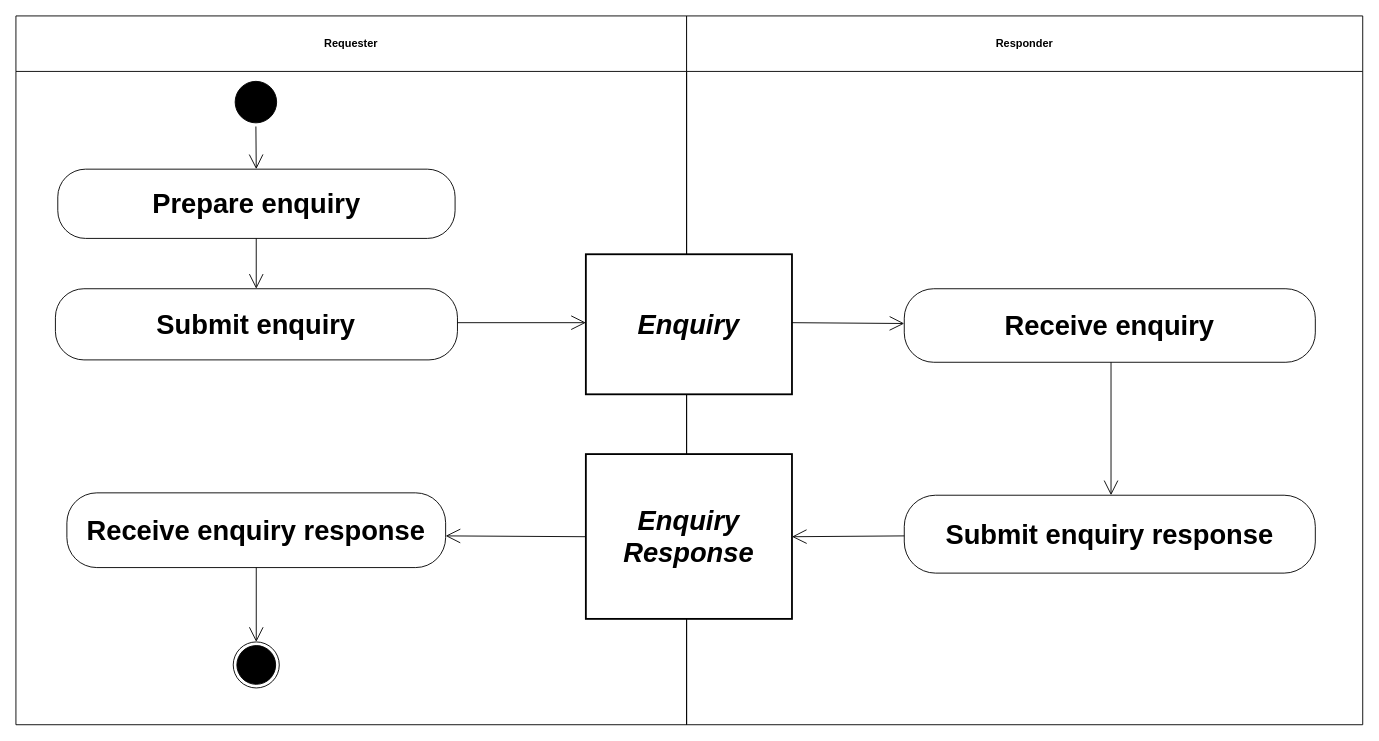
kduvekot/ubl-work-on-svg-images keeps this draw.io diagram as diagrams/UBL-2.2-Enquiry/UBL-2.2-Enquiry.drawio. Above is the earlier version. Source tidied: cells renumbered, new cells numbered last; positions are measured from the earlier drawing's top-left corner, leaving out a move shared by most shapes. Both pictures are drawn from the tidied source at 91%, with x=0, y=0 at pixel (15, 15).
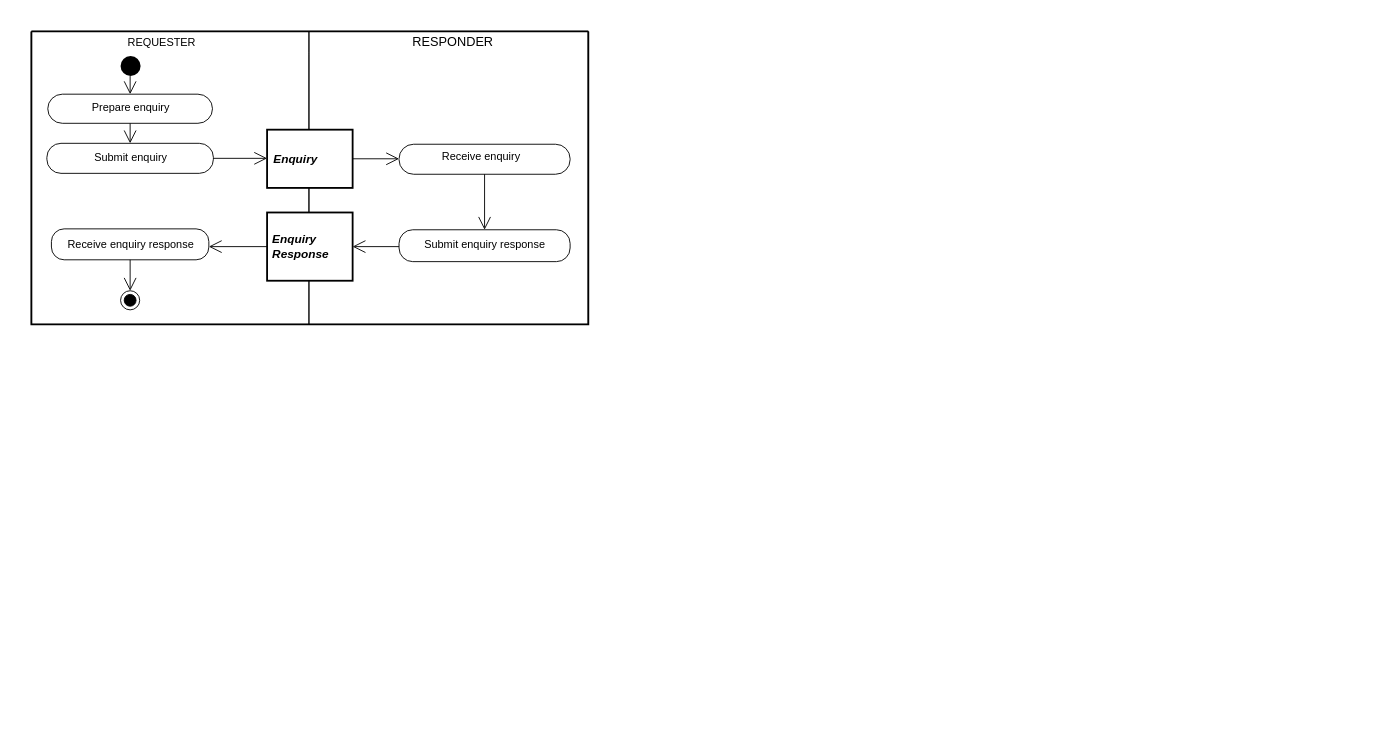
Above is the later version.

The edit, as a diff of the source:
```diff
@@
+    <mxCell id="21" style="swimlane;html=1;startSize=0;whiteSpace=wrap;fillColor=none;strokeWidth=2;" parent="1" vertex="1">
+      <mxGeometry x="17" y="17" width="612" height="322" as="geometry" />
+    </mxCell>
-    <mxCell id="2" value="Requester" style="swimlane;whiteSpace=wrap;html=1;startSize=61;" parent="1" vertex="1">
-      <mxGeometry width="737" height="778.9" as="geometry" />
+    <mxCell id="2" value="REQUESTER" style="swimlane;horizontal=1;startSize=25;swimlaneLine=0;html=1;fillColor=none;fontSize=12;fontStyle=0;spacing=0;spacingRight=19;" parent="21" vertex="1">
+      <mxGeometry width="305" height="322" as="geometry" />
     </mxCell>
-    <mxCell id="3" value="Responder" style="swimlane;whiteSpace=wrap;html=1;startSize=61;" parent="1" vertex="1">
-      <mxGeometry x="737" width="743" height="778.9" as="geometry" />
+    <mxCell id="3" value="RESPONDER" style="swimlane;horizontal=1;startSize=23;swimlaneLine=0;html=1;fillColor=none;fontSize=14;fontStyle=0;spacing=0;spacingLeft=9;" parent="21" vertex="1">
+      <mxGeometry x="305" width="307" height="322" as="geometry" />
     </mxCell>
-    <mxCell id="4" style="ellipse;html=1;shape=startState;fillColor=#000000;strokeColor=#000000;fontFamily=Helvetica;fontSize=30;" parent="1" vertex="1">
-      <mxGeometry x="236.9" y="67.9" width="53.6" height="53.6" as="geometry" />
+    <mxCell id="4" style="ellipse;shape=startState;fillColor=#000000;strokeColor=none;html=1;" parent="2" vertex="1">
+      <mxGeometry x="94" y="23" width="30" height="30" as="geometry" />
     </mxCell>
-    <mxCell id="5" value="Prepare enquiry" style="rounded=1;arcSize=40;whiteSpace=wrap;html=1;fontStyle=1;fontFamily=Helvetica;fontSize=30;" parent="1" vertex="1">
-      <mxGeometry x="46" y="168.4" width="436.6" height="76.1" as="geometry" />
+    <mxCell id="5" value="Prepare enquiry" style="rounded=1;absoluteArcSize=1;arcSize=32;html=1;whiteSpace=nowrap;fontSize=12;fontStyle=0;align=center;verticalAlign=middle;spacing=0;spacingBottom=3;" parent="2" vertex="1">
+      <mxGeometry x="18" y="69" width="181" height="32" as="geometry" />
     </mxCell>
-    <mxCell id="6" value="Enquiry" style="rounded=0;whiteSpace=wrap;html=1;fontStyle=3;strokeWidth=2;fontFamily=Helvetica;fontSize=30;" parent="1" vertex="1">
-      <mxGeometry x="626.3" y="261.9" width="226.5" height="153.9" as="geometry" />
+    <mxCell id="6" value="Enquiry" style="rounded=0;html=1;whiteSpace=nowrap;fontSize=13;fontStyle=3;align=center;verticalAlign=middle;spacing=0;spacingRight=32;strokeWidth=2;" parent="3" vertex="1">
+      <mxGeometry x="-46" y="108" width="94" height="64" as="geometry" />
     </mxCell>
-    <mxCell id="7" value="Submit enquiry" style="rounded=1;arcSize=40;whiteSpace=wrap;html=1;fontStyle=1;fontFamily=Helvetica;fontSize=30;" parent="1" vertex="1">
-      <mxGeometry x="43.4" y="299.8" width="441.8" height="78.2" as="geometry" />
+    <mxCell id="7" value="Submit enquiry" style="rounded=1;absoluteArcSize=1;arcSize=31;html=1;whiteSpace=nowrap;fontSize=12;fontStyle=0;align=center;verticalAlign=middle;spacing=0;spacingBottom=1;" parent="2" vertex="1">
+      <mxGeometry x="17" y="123" width="183" height="33" as="geometry" />
     </mxCell>
-    <mxCell id="8" value="Receive enquiry" style="rounded=1;arcSize=40;whiteSpace=wrap;html=1;fontStyle=1;fontFamily=Helvetica;fontSize=30;" parent="1" vertex="1">
-      <mxGeometry x="976.2" y="299.8" width="451.7" height="80.8" as="geometry" />
+    <mxCell id="8" value="Receive enquiry" style="rounded=1;absoluteArcSize=1;arcSize=32;html=1;whiteSpace=nowrap;fontSize=12;fontStyle=0;align=center;verticalAlign=middle;spacing=0;spacingRight=8;spacingBottom=5;" parent="3" vertex="1">
+      <mxGeometry x="99" y="124" width="188" height="33" as="geometry" />
     </mxCell>
-    <mxCell id="9" value="Enquiry Response" style="rounded=0;whiteSpace=wrap;html=1;fontStyle=3;strokeWidth=2;fontFamily=Helvetica;fontSize=30;" parent="1" vertex="1">
-      <mxGeometry x="626.3" y="481.5" width="226.5" height="181.1" as="geometry" />
+    <mxCell id="9" value="Enquiry&lt;br&gt;Response" style="rounded=0;html=1;whiteSpace=nowrap;fontSize=13;fontStyle=3;align=left;verticalAlign=middle;spacing=0;spacingLeft=6;spacingBottom=1;strokeWidth=2;" parent="3" vertex="1">
+      <mxGeometry x="-46" y="199" width="94" height="75" as="geometry" />
     </mxCell>
-    <mxCell id="10" value="Receive enquiry response" style="rounded=1;arcSize=40;whiteSpace=wrap;html=1;fontStyle=1;fontFamily=Helvetica;fontSize=30;" parent="1" vertex="1">
-      <mxGeometry x="56" y="524.1" width="416.2" height="82.1" as="geometry" />
+    <mxCell id="10" value="Receive enquiry response" style="rounded=1;absoluteArcSize=1;arcSize=28;html=1;whiteSpace=nowrap;fontSize=12;fontStyle=0;align=center;verticalAlign=middle;spacing=0;spacingLeft=1;spacingTop=2;" parent="2" vertex="1">
+      <mxGeometry x="22" y="217" width="173" height="34" as="geometry" />
     </mxCell>
-    <mxCell id="11" value="Submit enquiry response" style="rounded=1;arcSize=40;whiteSpace=wrap;html=1;fontStyle=1;fontFamily=Helvetica;fontSize=30;" parent="1" vertex="1">
-      <mxGeometry x="976.2" y="526.7" width="451.7" height="85.6" as="geometry" />
+    <mxCell id="11" value="Submit enquiry response" style="rounded=1;absoluteArcSize=1;arcSize=30;html=1;whiteSpace=nowrap;fontSize=12;fontStyle=0;align=center;verticalAlign=middle;spacing=0;spacingBottom=3;" parent="3" vertex="1">
+      <mxGeometry x="99" y="218" width="188" height="35" as="geometry" />
     </mxCell>
-    <mxCell id="12" style="ellipse;html=1;shape=endState;fillColor=#000000;strokeColor=#000000;fontFamily=Helvetica;fontSize=30;" parent="1" vertex="1">
-      <mxGeometry x="238.8" y="687.9" width="50.6" height="50.6" as="geometry" />
+    <mxCell id="12" style="ellipse;shape=endState;fillColor=#000000;html=1;" parent="2" vertex="1">
+      <mxGeometry x="98" y="285" width="21" height="21" as="geometry" />
     </mxCell>
-    <mxCell id="13" style="edgeStyle=none;rounded=0;html=1;endArrow=open;endFill=0;endSize=14;exitX=0.5;exitY=1.0;entryX=0.4995;entryY=0.0;" parent="1" edge="1" source="4" target="5">
+    <mxCell id="13" style="edgeStyle=none;rounded=0;html=1;endArrow=open;endFill=0;endSize=12;exitPerimeter=0;entryX=0.5;entryY=0;entryPerimeter=0;exitX=0.483333;exitY=0.868;" parent="2" edge="1" source="4" target="5">
       <mxGeometry relative="1" as="geometry" />
     </mxCell>
-    <mxCell id="14" style="edgeStyle=none;rounded=0;html=1;endArrow=open;endFill=0;endSize=14;exitX=0.4995;exitY=1.0;entryX=0.4995;entryY=0.0;" parent="1" edge="1" source="5" target="7">
+    <mxCell id="14" style="edgeStyle=none;rounded=0;html=1;endArrow=open;endFill=0;endSize=12;exitX=0.5;exitY=1;exitPerimeter=0;entryX=0.5;entryY=0;entryPerimeter=0;" parent="2" edge="1" source="5" target="7">
       <mxGeometry relative="1" as="geometry" />
     </mxCell>
-    <mxCell id="15" style="edgeStyle=none;rounded=0;html=1;endArrow=open;endFill=0;endSize=14;exitX=1.0;exitY=0.477;entryX=0.0;entryY=0.4886;" parent="1" edge="1" source="7" target="6">
+    <mxCell id="15" style="edgeStyle=none;rounded=0;html=1;endArrow=open;endFill=0;endSize=12;exitX=1;exitY=0.5;exitPerimeter=0;entryPerimeter=0;entryX=0;entryY=0.492188;" parent="21" edge="1" source="7" target="6">
       <mxGeometry relative="1" as="geometry" />
     </mxCell>
-    <mxCell id="16" style="edgeStyle=none;rounded=0;html=1;endArrow=open;endFill=0;endSize=14;exitX=1.0;exitY=0.4886;entryX=0.0;entryY=0.4728;" parent="1" edge="1" source="6" target="8">
+    <mxCell id="16" style="edgeStyle=none;rounded=0;html=1;endArrow=open;endFill=0;endSize=12;exitX=1;exitY=0.5;exitPerimeter=0;entryPerimeter=0;entryX=0;entryY=0.484848;" parent="3" edge="1" source="6" target="8">
       <mxGeometry relative="1" as="geometry" />
     </mxCell>
-    <mxCell id="17" style="edgeStyle=none;rounded=0;html=1;endArrow=open;endFill=0;endSize=14;exitX=0.503;exitY=1.0;entryX=0.503;entryY=0.0;" parent="1" edge="1" source="8" target="11">
+    <mxCell id="17" style="edgeStyle=none;rounded=0;html=1;endArrow=open;endFill=0;endSize=12;exitX=0.5;exitY=1;exitPerimeter=0;entryX=0.5;entryY=0;entryPerimeter=0;" parent="3" edge="1" source="8" target="11">
       <mxGeometry relative="1" as="geometry" />
     </mxCell>
-    <mxCell id="18" style="edgeStyle=none;rounded=0;html=1;endArrow=open;endFill=0;endSize=14;exitX=0.0;exitY=0.5014;entryX=1.0;entryY=0.5761;" parent="1" edge="1" source="9" target="10">
+    <mxCell id="18" style="edgeStyle=none;rounded=0;html=1;endArrow=open;endFill=0;endSize=12;exitX=0;exitY=0.5;exitPerimeter=0;entryPerimeter=0;entryX=1;entryY=0.573529;" parent="21" edge="1" source="9" target="10">
       <mxGeometry relative="1" as="geometry" />
     </mxCell>
-    <mxCell id="19" style="edgeStyle=none;rounded=0;html=1;endArrow=open;endFill=0;endSize=14;exitX=0.0;exitY=0.5222;entryX=1.0;entryY=0.5014;" parent="1" edge="1" source="11" target="9">
+    <mxCell id="19" style="edgeStyle=none;rounded=0;html=1;endArrow=open;endFill=0;endSize=12;exitPerimeter=0;entryX=1;entryY=0.5;entryPerimeter=0;exitX=0;exitY=0.528571;" parent="3" edge="1" source="11" target="9">
       <mxGeometry relative="1" as="geometry" />
     </mxCell>
-    <mxCell id="20" style="edgeStyle=none;rounded=0;html=1;endArrow=open;endFill=0;endSize=14;exitX=0.5;exitY=1.0;entryX=0.5;entryY=0.0;" parent="1" edge="1" source="10" target="12">
+    <mxCell id="20" style="edgeStyle=none;rounded=0;html=1;endArrow=open;endFill=0;endSize=12;exitX=0.5;exitY=1;exitPerimeter=0;entryX=0.5;entryY=0;entryPerimeter=0;" parent="2" edge="1" source="10" target="12">
       <mxGeometry relative="1" as="geometry" />
     </mxCell>
```
